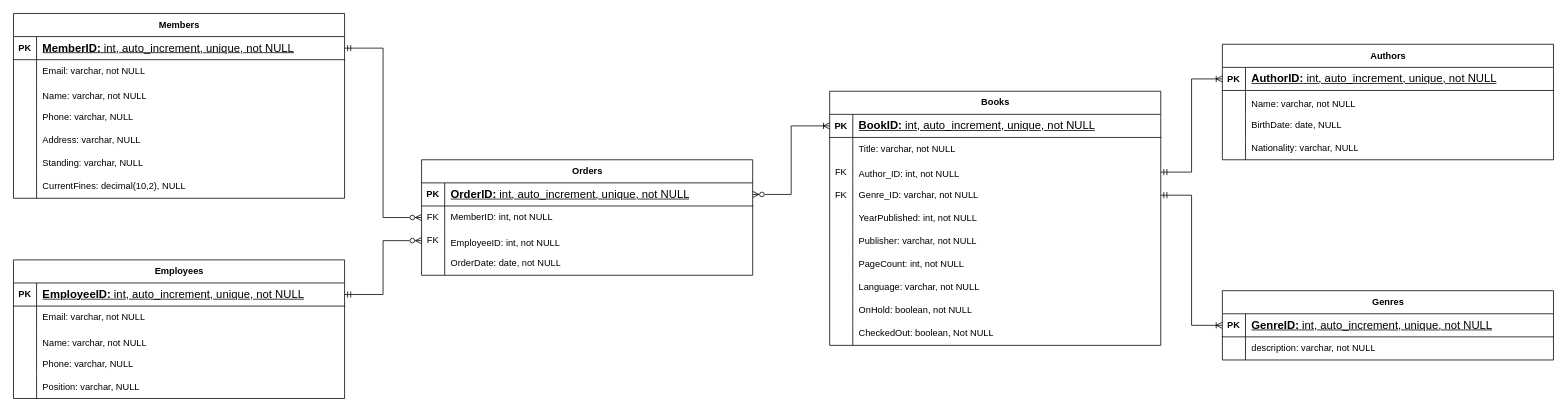
This is RED.drawio from Grinetrove/CS340_Group_35, a draw.io file, before an edit. Source tidied: cells renumbered, new cells numbered last; positions are measured from the earlier drawing's top-left corner, leaving out a move shared by most shapes. Both pictures are drawn from the tidied source at 77%, with x=0, y=0 at pixel (13, 13).
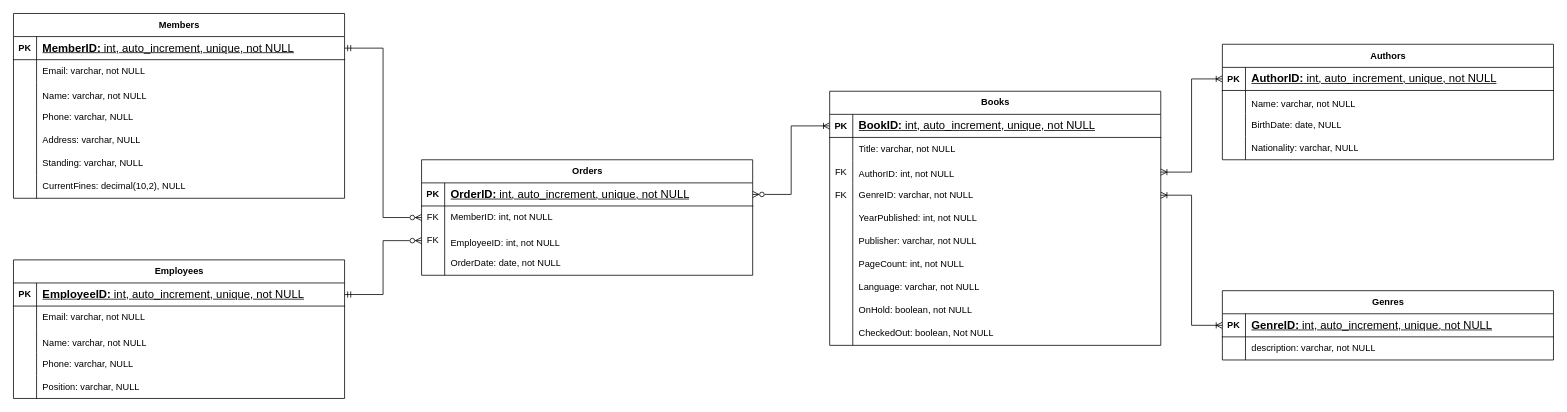
The same page after the edit.

The change refers to these unchanged cells:
```xml
<mxCell id="60" style="shape=tableRow;horizontal=0;startSize=0;swimlaneHead=0;swimlaneBody=0;fillColor=none;points=[[0,0.5],[1,0.5]];portConstraint=eastwest;top=0;left=0;right=0;bottom=0;" parent="53" vertex="1">
  <mxGeometry y="90" width="430" height="30" as="geometry" />
</mxCell>
<mxCell id="63" style="shape=tableRow;horizontal=0;startSize=0;swimlaneHead=0;swimlaneBody=0;fillColor=none;points=[[0,0.5],[1,0.5]];portConstraint=eastwest;top=0;left=0;right=0;bottom=0;" parent="53" vertex="1">
  <mxGeometry y="120" width="430" height="30" as="geometry" />
</mxCell>
<mxCell id="85" style="shape=tableRow;horizontal=0;startSize=0;swimlaneHead=0;swimlaneBody=0;fillColor=none;points=[[0,0.5],[1,0.5]];portConstraint=eastwest;top=0;left=0;right=0;bottom=1;" parent="84" vertex="1">
  <mxGeometry y="30" width="430" height="30" as="geometry" />
</mxCell>
<mxCell id="98" style="shape=tableRow;horizontal=0;startSize=0;swimlaneHead=0;swimlaneBody=0;fillColor=none;points=[[0,0.5],[1,0.5]];portConstraint=eastwest;top=0;left=0;right=0;bottom=1;" parent="97" vertex="1">
  <mxGeometry y="30" width="430" height="30" as="geometry" />
</mxCell>
```

Change to the diagram source:
```diff
@@
-    <mxCell id="62" value="&lt;div&gt;Author_ID: int, not NULL&lt;/div&gt;" style="shape=partialRectangle;fillColor=none;top=0;left=0;bottom=0;right=0;align=left;spacingLeft=6;overflow=hidden;whiteSpace=wrap;html=1;strokeWidth=1;spacing=2;spacingBottom=-6;" parent="60" vertex="1">
+    <mxCell id="62" value="&lt;div&gt;AuthorID: int, not NULL&lt;/div&gt;" style="shape=partialRectangle;fillColor=none;top=0;left=0;bottom=0;right=0;align=left;spacingLeft=6;overflow=hidden;whiteSpace=wrap;html=1;strokeWidth=1;spacing=2;spacingBottom=-6;" parent="60" vertex="1">
       <mxGeometry x="30" width="400" height="30" as="geometry" />
     </mxCell>
@@
-    <mxCell id="65" value="&lt;div&gt;Genre_ID: varchar, not NULL&lt;/div&gt;" style="shape=partialRectangle;fillColor=none;top=0;left=0;bottom=0;right=0;align=left;spacingLeft=6;overflow=hidden;whiteSpace=wrap;html=1;" parent="63" vertex="1">
+    <mxCell id="65" value="&lt;div&gt;GenreID: varchar, not NULL&lt;/div&gt;" style="shape=partialRectangle;fillColor=none;top=0;left=0;bottom=0;right=0;align=left;spacingLeft=6;overflow=hidden;whiteSpace=wrap;html=1;" parent="63" vertex="1">
       <mxGeometry x="30" width="400" height="30" as="geometry" />
     </mxCell>
@@
-    <mxCell id="104" style="edgeStyle=orthogonalEdgeStyle;rounded=0;jettySize=auto;html=1;exitX=1;exitY=0.5;exitDx=0;exitDy=0;entryX=0;entryY=0.5;entryDx=0;entryDy=0;endArrow=ERoneToMany;endFill=0;startArrow=ERmandOne;startFill=0;" parent="1" edge="1" source="60" target="85">
+    <mxCell id="104" style="edgeStyle=orthogonalEdgeStyle;rounded=0;jettySize=auto;html=1;exitX=1;exitY=0.5;exitDx=0;exitDy=0;entryX=0;entryY=0.5;entryDx=0;entryDy=0;endArrow=ERoneToMany;endFill=0;startArrow=ERoneToMany;startFill=0;" parent="1" edge="1" source="60" target="85">
       <mxGeometry relative="1" as="geometry" />
     </mxCell>
-    <mxCell id="105" style="edgeStyle=orthogonalEdgeStyle;rounded=0;jettySize=auto;html=1;exitX=1;exitY=0.5;exitDx=0;exitDy=0;entryX=0;entryY=0.5;entryDx=0;entryDy=0;startArrow=ERmandOne;startFill=0;endArrow=ERoneToMany;endFill=0;" parent="1" edge="1" source="63" target="98">
+    <mxCell id="105" style="edgeStyle=orthogonalEdgeStyle;rounded=0;jettySize=auto;html=1;exitX=1;exitY=0.5;exitDx=0;exitDy=0;entryX=0;entryY=0.5;entryDx=0;entryDy=0;startArrow=ERoneToMany;startFill=0;endArrow=ERoneToMany;endFill=0;" parent="1" edge="1" source="63" target="98">
       <mxGeometry relative="1" as="geometry" />
     </mxCell>
```
